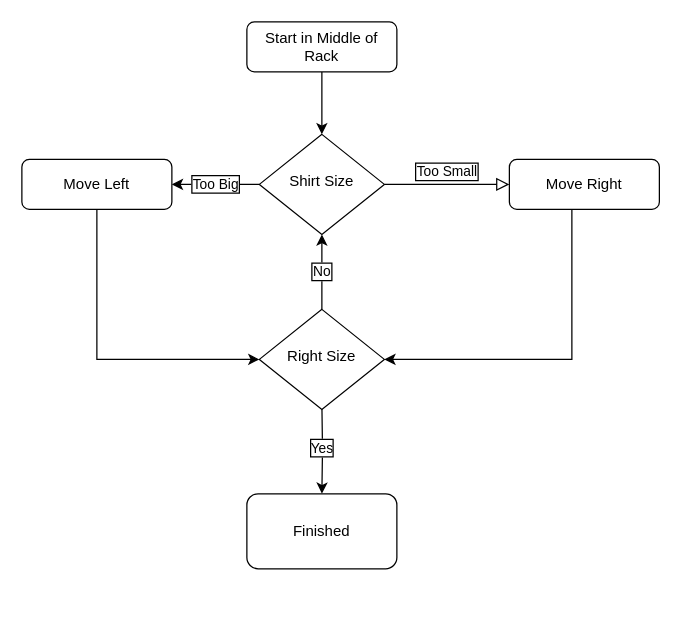
Jchisholm204/JChisholm keeps this draw.io diagram as page "Shirts" (2 of 6) of Comp Prog 12/Socks.drawio. Above is the earlier version. Source tidied: cells renumbered, new cells numbered last; positions are measured from the earlier drawing's top-left corner, leaving out a move shared by most shapes. Both pictures are drawn from the tidied source at 125%, with x=0, y=0 at pixel (21, 21).
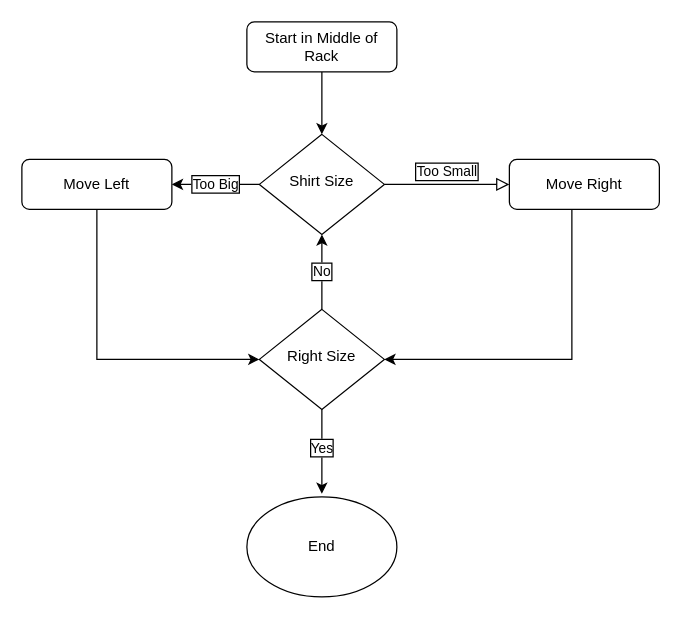
After the change.

What changed in the source:
```diff
@@
 <mxGraphModel>
   <root>
     <mxCell id="0" />
     <mxCell id="1" parent="0" />
     <mxCell id="2" style="edgeStyle=orthogonalEdgeStyle;rounded=0;jettySize=auto;html=1;exitX=0.5;exitY=1;exitDx=0;exitDy=0;entryX=0.5;entryY=0;entryDx=0;entryDy=0;" parent="1" edge="1" source="3" target="6">
       <mxGeometry relative="1" as="geometry" />
     </mxCell>
     <mxCell id="3" value="Start in Middle of Rack" style="rounded=1;whiteSpace=wrap;html=1;fontSize=12;glass=0;strokeWidth=1;shadow=0;" parent="1" vertex="1">
       <mxGeometry x="180" width="120" height="40" as="geometry" />
     </mxCell>
     <mxCell id="4" value="Too Small" style="edgeStyle=orthogonalEdgeStyle;rounded=0;html=1;jettySize=auto;fontSize=11;endArrow=block;endFill=0;endSize=8;strokeWidth=1;shadow=0;labelBackgroundColor=none;labelBorderColor=#000000;" parent="1" edge="1" source="6" target="8">
       <mxGeometry y="10" relative="1" as="geometry" />
     </mxCell>
     <mxCell id="5" value="Too Big" style="edgeStyle=orthogonalEdgeStyle;rounded=0;jettySize=auto;html=1;labelBorderColor=#000000;" parent="1" edge="1" source="6" target="10">
       <mxGeometry relative="1" as="geometry" />
     </mxCell>
     <mxCell id="6" value="Shirt Size" style="rhombus;whiteSpace=wrap;html=1;shadow=0;fontFamily=Helvetica;fontSize=12;align=center;strokeWidth=1;spacing=6;spacingTop=-4;" parent="1" vertex="1">
       <mxGeometry x="190" y="90" width="100" height="80" as="geometry" />
     </mxCell>
     <mxCell id="7" style="edgeStyle=orthogonalEdgeStyle;rounded=0;jettySize=auto;html=1;entryX=1;entryY=0.5;entryDx=0;entryDy=0;" parent="1" edge="1" source="8" target="14">
       <mxGeometry relative="1" as="geometry">
         <Array as="points">
           <mxPoint x="440" y="270" />
         </Array>
       </mxGeometry>
     </mxCell>
     <mxCell id="8" value="Move Right" style="rounded=1;whiteSpace=wrap;html=1;fontSize=12;glass=0;strokeWidth=1;shadow=0;" parent="1" vertex="1">
       <mxGeometry x="390" y="110" width="120" height="40" as="geometry" />
     </mxCell>
     <mxCell id="9" style="edgeStyle=orthogonalEdgeStyle;rounded=0;jettySize=auto;html=1;exitX=0.5;exitY=1;exitDx=0;exitDy=0;entryX=0;entryY=0.5;entryDx=0;entryDy=0;" parent="1" edge="1" source="10" target="14">
       <mxGeometry relative="1" as="geometry" />
     </mxCell>
     <mxCell id="10" value="Move Left" style="rounded=1;whiteSpace=wrap;html=1;fontSize=12;glass=0;strokeWidth=1;shadow=0;" parent="1" vertex="1">
       <mxGeometry y="110" width="120" height="40" as="geometry" />
     </mxCell>
-    <mxCell id="11" value="Yes" style="edgeStyle=orthogonalEdgeStyle;rounded=0;jettySize=auto;html=1;labelBorderColor=#000000;" parent="1" edge="1" target="12">
+    <mxCell id="11" value="Yes" style="edgeStyle=orthogonalEdgeStyle;rounded=0;orthogonalLoop=1;jettySize=auto;html=1;labelBorderColor=#000000;" parent="1" edge="1">
       <mxGeometry relative="1" as="geometry">
         <mxPoint x="240" y="305" as="sourcePoint" />
+        <mxPoint x="240" y="377.5" as="targetPoint" />
       </mxGeometry>
     </mxCell>
-    <mxCell id="12" value="Finished" style="whiteSpace=wrap;html=1;rounded=1;shadow=0;strokeWidth=1;glass=0;" parent="1" vertex="1">
-      <mxGeometry x="180" y="377.5" width="120" height="60" as="geometry" />
-    </mxCell>
     <mxCell id="13" value="No" style="edgeStyle=orthogonalEdgeStyle;rounded=0;jettySize=auto;html=1;exitX=0.5;exitY=0;exitDx=0;exitDy=0;entryX=0.5;entryY=1;entryDx=0;entryDy=0;labelBorderColor=#000000;" parent="1" edge="1" source="14" target="6">
       <mxGeometry relative="1" as="geometry" />
     </mxCell>
     <mxCell id="14" value="Right Size" style="rhombus;whiteSpace=wrap;html=1;shadow=0;fontFamily=Helvetica;fontSize=12;align=center;strokeWidth=1;spacing=6;spacingTop=-4;" parent="1" vertex="1">
       <mxGeometry x="190" y="230" width="100" height="80" as="geometry" />
     </mxCell>
+    <mxCell id="15" value="End" style="ellipse;whiteSpace=wrap;html=1;fontColor=#000000;" parent="1" vertex="1">
+      <mxGeometry x="180" y="380" width="120" height="80" as="geometry" />
+    </mxCell>
   </root>
 </mxGraphModel>
```
